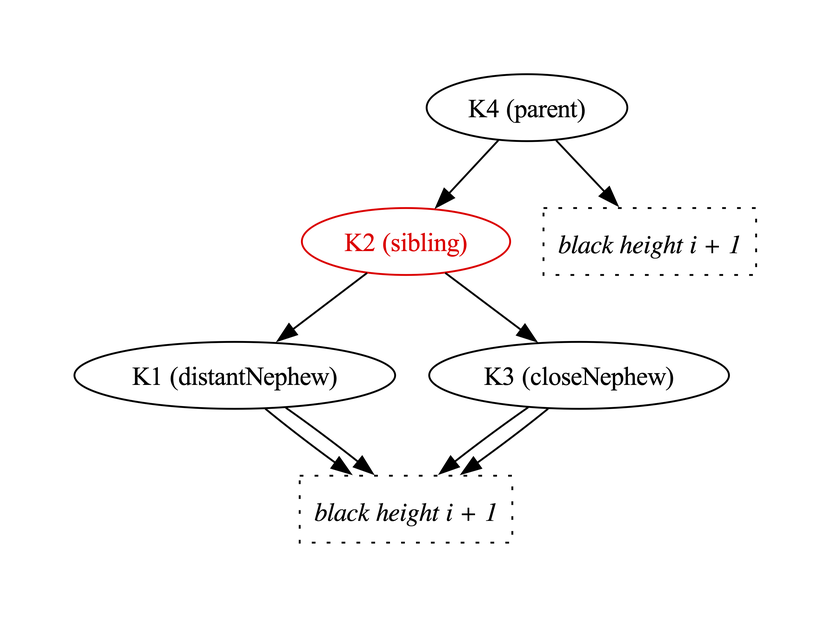
nasa/fprime keeps this Graphviz diagram as Fw/DataStructures/docs/diagrams/removeBlackLeafNode/red-sibling-1.png. Above is the earlier version. Its source is kept beside it as Fw/DataStructures/docs/diagrams/removeBlackLeafNode/red-sibling-1.dot.
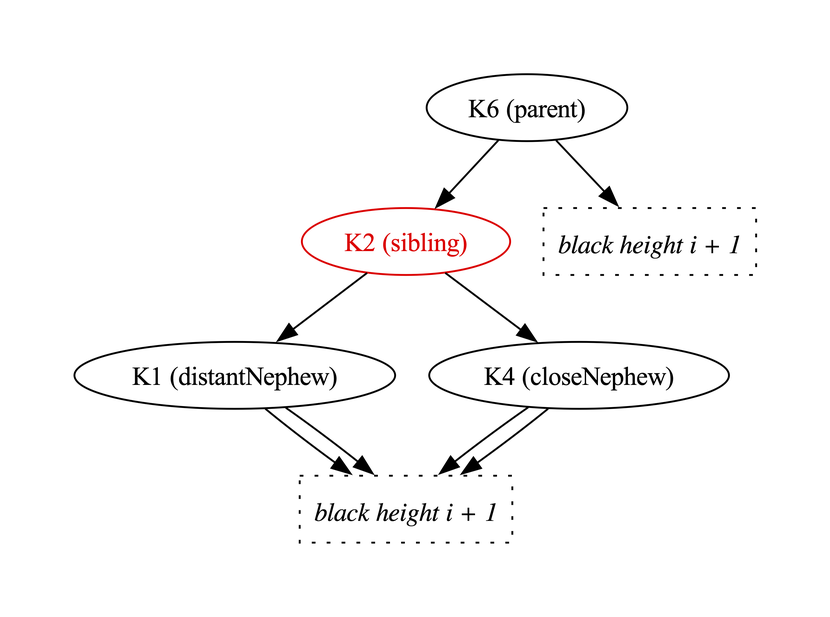
Above is the later version.

Change to the diagram source:
```diff
@@ -1,19 +1,19 @@
 digraph {
 
-  K4 -> K2
-  K4 -> BH1
+  K6 -> K2
+  K6 -> BH1
   K2 -> K1
-  K2 -> K3
+  K2 -> K4
 
   K1 -> BH2
   K1 -> BH2
-  K3 -> BH2
-  K3 -> BH2
+  K4 -> BH2
+  K4 -> BH2
 
   K1 [label="K1 (distantNephew)"]
   K2 [label="K2 (sibling)",color="red",fontcolor="red"]
-  K3 [label="K3 (closeNephew)"]
-  K4 [label="K4 (parent)"]
+  K4 [label="K4 (closeNephew)"]
+  K6 [label="K6 (parent)"]
 
   BH1 [shape="box",label="black height i + 1",style="dotted",fontname="Italic"]
   BH2 [shape="box",label="black height i + 1",style="dotted",fontname="Italic"]
```
